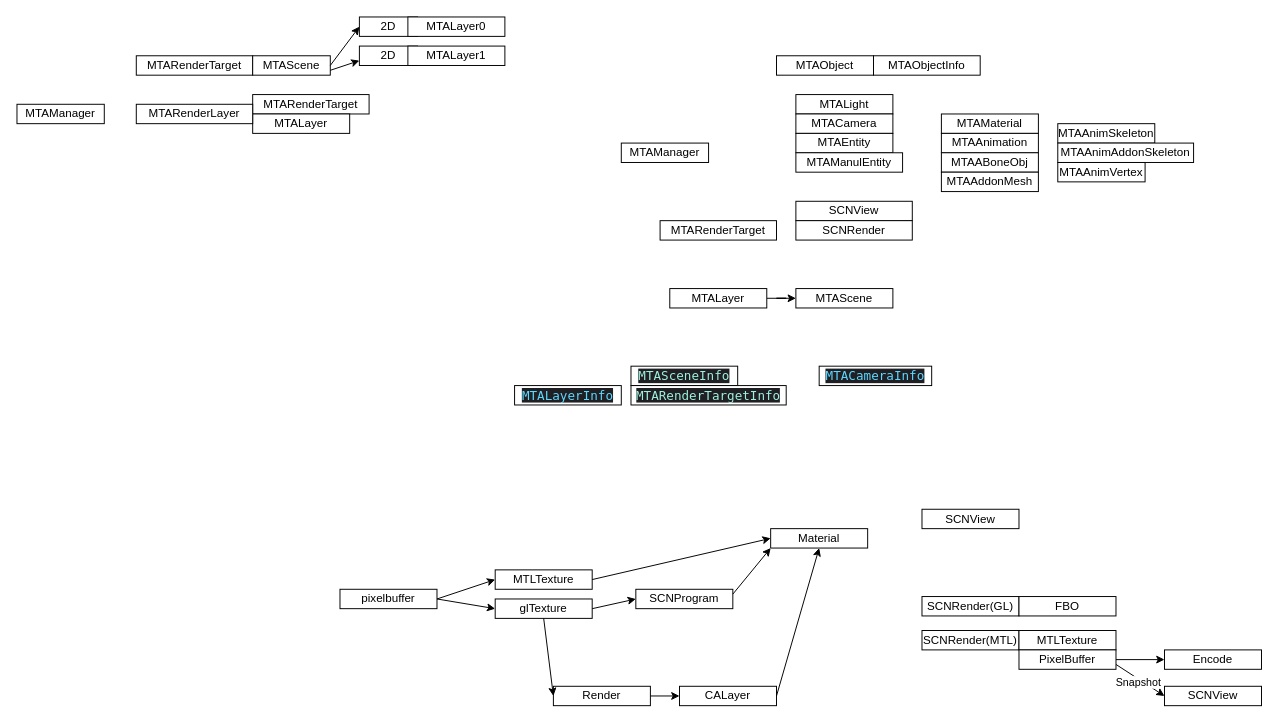
loleng/mediatools keeps this draw.io diagram as SceneKit.drawio. Above is the earlier version. Source tidied: cells renumbered, new cells numbered last; positions are measured from the earlier drawing's top-left corner, leaving out a move shared by most shapes. Both pictures are drawn from the tidied source at 97%, with x=0, y=0 at pixel (16, 16).
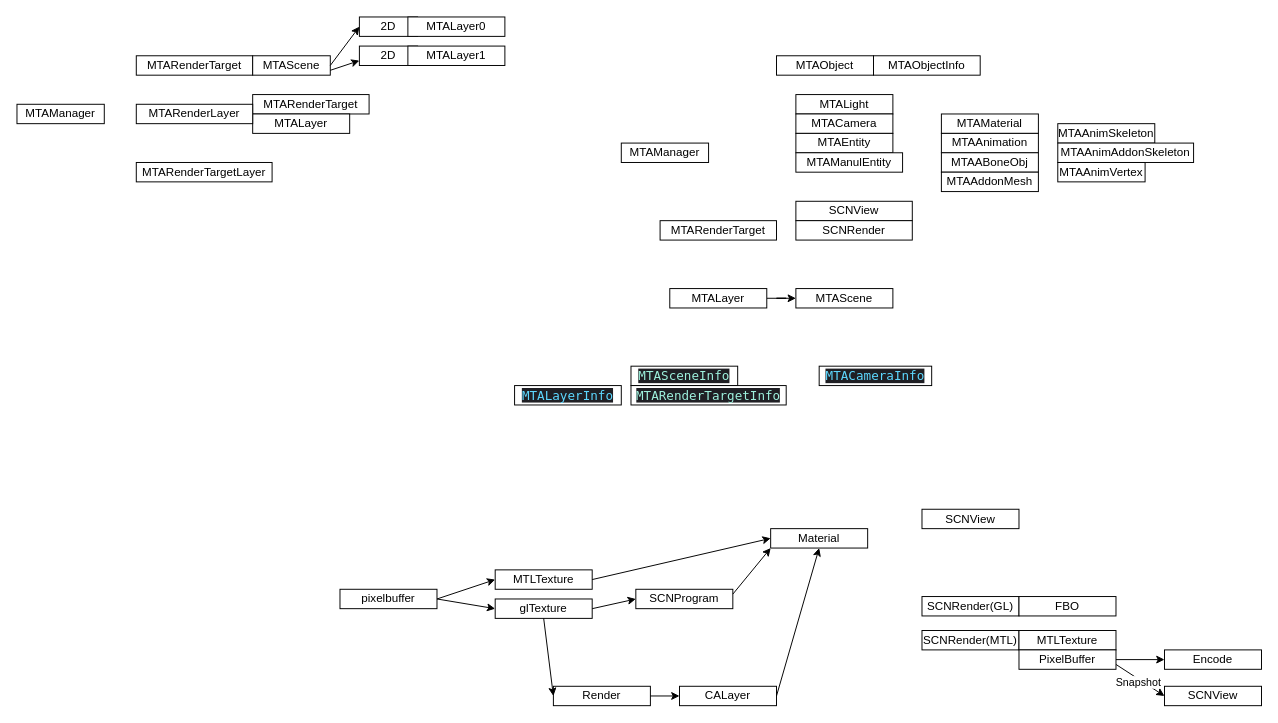
Above is the later version.

Change to the diagram source:
```diff
@@
+    <mxCell id="64" value="MTARenderTargetLayer" style="whiteSpace=wrap;html=1;" parent="1" vertex="1">
+      <mxGeometry x="123" y="150" width="140" height="20" as="geometry" />
+    </mxCell>
```
